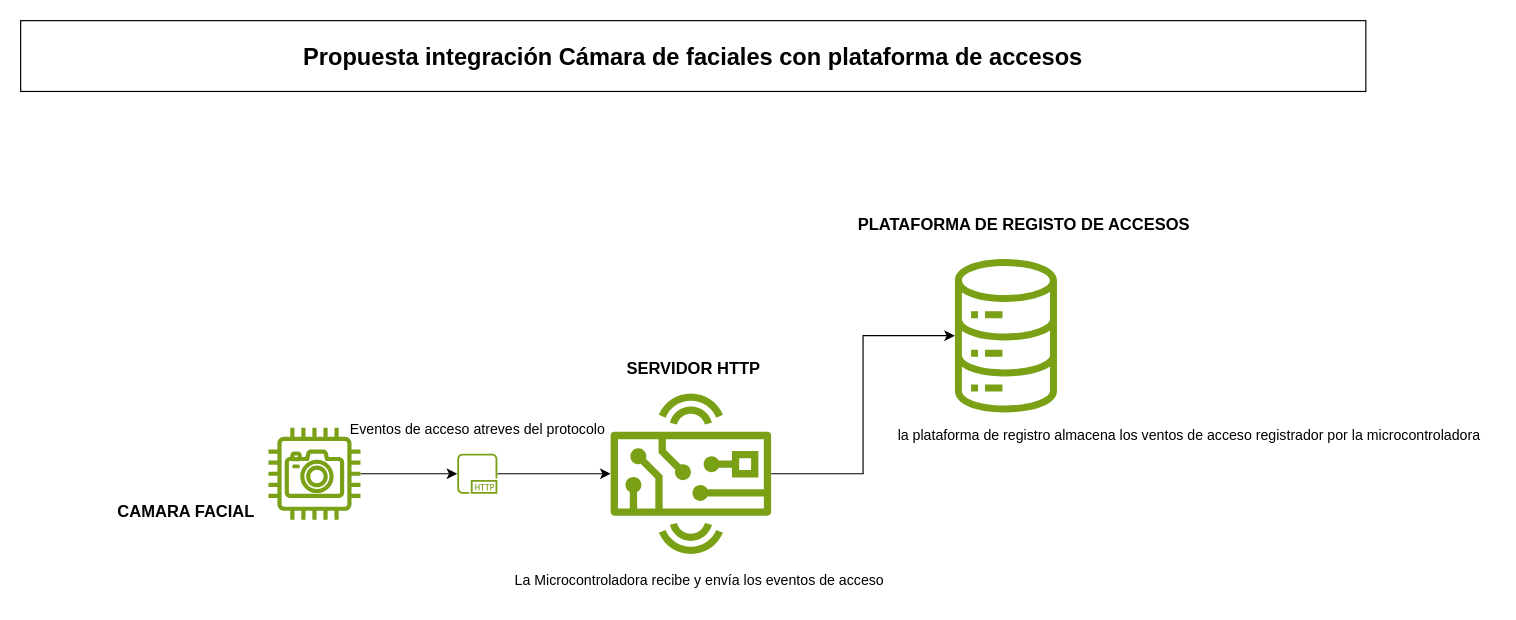
This is page "Arqui_facial_IoT" (1 of 4) of Diagrama sin título.drawio from juansanchezz/Prueba-IoT, a draw.io file, before an edit. Source tidied: cells renumbered, new cells numbered last; positions are measured from the earlier drawing's top-left corner, leaving out a move shared by most shapes. Both pictures are drawn from the tidied source at 118%, with x=0, y=0 at pixel (20, 20).
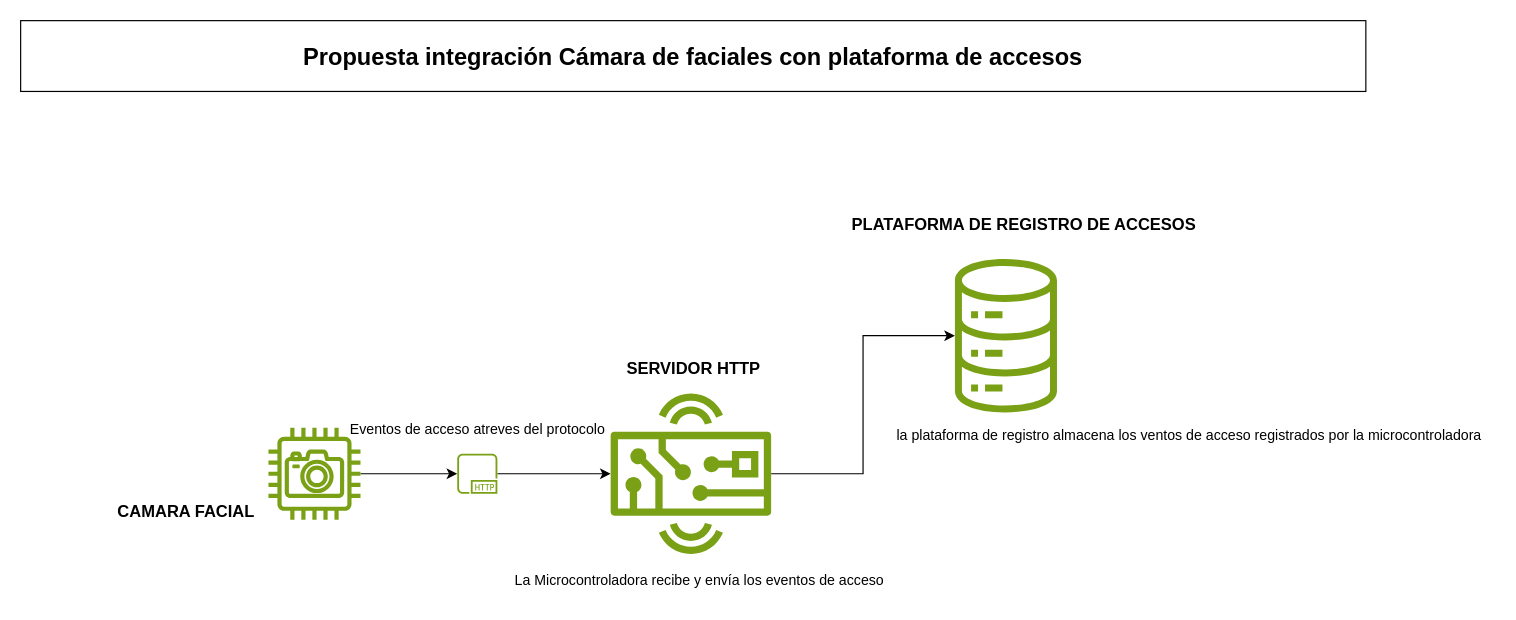
After the change.

What changed in the source:
```diff
@@
 <mxGraphModel>
   <root>
     <mxCell id="0" />
     <mxCell id="1" parent="0" />
     <mxCell id="2" value="&lt;font style=&quot;font-size: 20px;&quot;&gt;&lt;b&gt;Propuesta integración Cámara de faciales con plataforma de accesos&lt;/b&gt;&lt;/font&gt;" style="rounded=0;whiteSpace=wrap;html=1;" parent="1" vertex="1">
       <mxGeometry width="1140" height="60" as="geometry" />
     </mxCell>
     <mxCell id="3" style="edgeStyle=orthogonalEdgeStyle;rounded=0;jettySize=auto;html=1;" parent="1" edge="1" source="4" target="6">
       <mxGeometry relative="1" as="geometry" />
     </mxCell>
     <mxCell id="4" style="sketch=0;outlineConnect=0;fontColor=#232F3E;gradientColor=none;fillColor=#7AA116;strokeColor=none;dashed=0;verticalLabelPosition=bottom;verticalAlign=top;align=center;html=1;fontSize=12;fontStyle=0;shape=mxgraph.aws4.camera;" parent="1" vertex="1">
       <mxGeometry x="210" y="345" width="78" height="78" as="geometry" />
     </mxCell>
     <mxCell id="5" style="edgeStyle=orthogonalEdgeStyle;rounded=0;jettySize=auto;html=1;" parent="1" edge="1" source="6" target="8">
       <mxGeometry relative="1" as="geometry" />
     </mxCell>
     <mxCell id="6" style="sketch=0;outlineConnect=0;fontColor=#232F3E;gradientColor=none;fillColor=#7AA116;strokeColor=none;dashed=0;verticalLabelPosition=bottom;verticalAlign=top;align=center;html=1;fontSize=12;fontStyle=0;shape=mxgraph.aws4.http_protocol;" parent="1" vertex="1">
       <mxGeometry x="370" y="367" width="34" height="34" as="geometry" />
     </mxCell>
     <mxCell id="7" style="edgeStyle=orthogonalEdgeStyle;rounded=0;jettySize=auto;html=1;" parent="1" edge="1" source="8" target="11">
       <mxGeometry relative="1" as="geometry" />
     </mxCell>
     <mxCell id="8" style="sketch=0;outlineConnect=0;fontColor=#232F3E;gradientColor=none;fillColor=#7AA116;strokeColor=none;dashed=0;verticalLabelPosition=bottom;verticalAlign=top;align=center;html=1;fontSize=12;fontStyle=0;shape=mxgraph.aws4.hardware_board;" parent="1" vertex="1">
       <mxGeometry x="500" y="316" width="136" height="136" as="geometry" />
     </mxCell>
     <mxCell id="9" value="La Microcontroladora recibe y envía los eventos de acceso" style="text;html=1;align=center;verticalAlign=middle;strokeColor=none;fillColor=none;" parent="1" vertex="1">
       <mxGeometry x="405" y="460" width="340" height="30" as="geometry" />
     </mxCell>
     <mxCell id="10" value="Eventos de acceso atreves del protocolo" style="text;html=1;align=center;verticalAlign=middle;strokeColor=none;fillColor=none;" parent="1" vertex="1">
       <mxGeometry x="267" y="332" width="240" height="30" as="geometry" />
     </mxCell>
     <mxCell id="11" style="sketch=0;outlineConnect=0;fontColor=#232F3E;gradientColor=none;fillColor=#7AA116;strokeColor=none;dashed=0;verticalLabelPosition=bottom;verticalAlign=top;align=center;html=1;fontSize=12;fontStyle=0;shape=mxgraph.aws4.iot_analytics_data_store;" parent="1" vertex="1">
       <mxGeometry x="790" y="202" width="90" height="130" as="geometry" />
     </mxCell>
-    <mxCell id="12" value="la plataforma de registro almacena los ventos de acceso registrador por la microcontroladora" style="text;html=1;align=center;verticalAlign=middle;strokeColor=none;fillColor=none;" parent="1" vertex="1">
+    <mxCell id="12" value="la plataforma de registro almacena los ventos de acceso registrados por la microcontroladora" style="text;html=1;align=center;verticalAlign=middle;strokeColor=none;fillColor=none;" parent="1" vertex="1">
       <mxGeometry x="730" y="337" width="520" height="30" as="geometry" />
     </mxCell>
     <mxCell id="13" value="&lt;b&gt;&lt;font style=&quot;font-size: 14px;&quot;&gt;CAMARA FACIAL&lt;/font&gt;&lt;/b&gt;" style="text;html=1;align=center;verticalAlign=middle;strokeColor=none;fillColor=none;" parent="1" vertex="1">
       <mxGeometry x="70" y="401" width="140" height="30" as="geometry" />
     </mxCell>
     <mxCell id="14" value="&lt;b&gt;&lt;font style=&quot;font-size: 14px;&quot;&gt;SERVIDOR HTTP&lt;/font&gt;&lt;/b&gt;" style="text;html=1;align=center;verticalAlign=middle;strokeColor=none;fillColor=none;" parent="1" vertex="1">
       <mxGeometry x="500" y="280" width="140" height="30" as="geometry" />
     </mxCell>
-    <mxCell id="15" value="&lt;b&gt;&lt;font style=&quot;font-size: 14px;&quot;&gt;PLATAFORMA DE REGISTO DE ACCESOS&lt;/font&gt;&lt;/b&gt;" style="text;html=1;align=center;verticalAlign=middle;strokeColor=none;fillColor=none;" parent="1" vertex="1">
-      <mxGeometry x="700" y="158" width="300" height="30" as="geometry" />
+    <mxCell id="15" value="&lt;b&gt;&lt;font style=&quot;font-size: 14px;&quot;&gt;PLATAFORMA DE REGISTRO DE ACCESOS&lt;/font&gt;&lt;/b&gt;" style="text;html=1;align=center;verticalAlign=middle;strokeColor=none;fillColor=none;" parent="1" vertex="1">
+      <mxGeometry x="690" y="158" width="320" height="30" as="geometry" />
     </mxCell>
   </root>
 </mxGraphModel>
```
